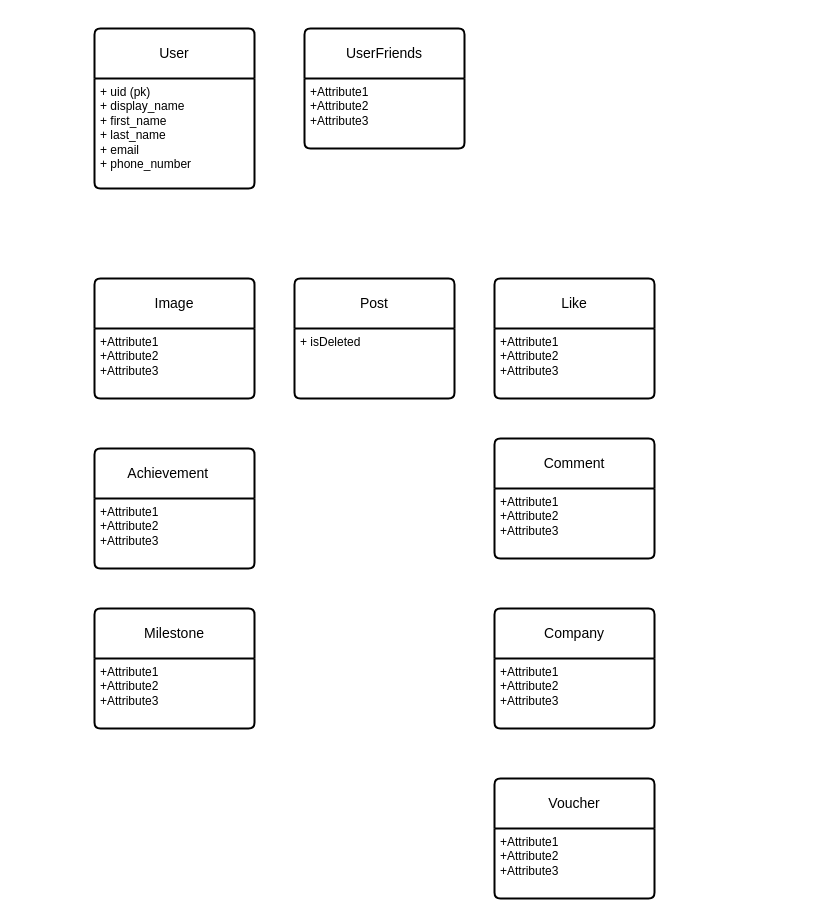
This is resiklo-erd.drawio from rei-naissance/erd-for-cherry, a draw.io file, before an edit. Source tidied: cells renumbered, new cells numbered last; positions are measured from the earlier drawing's top-left corner, leaving out a move shared by most shapes. Both pictures are drawn from the tidied source at 100%, with x=0, y=0 at pixel (94, 28).
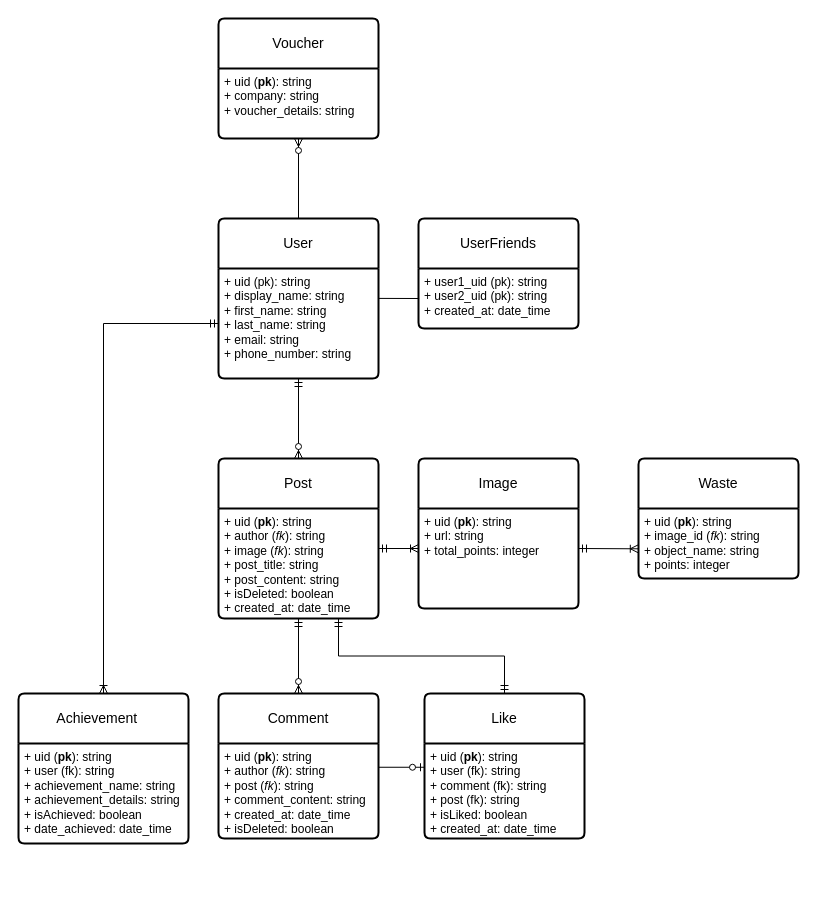
The same page after the edit.

What changed in the source:
```diff
@@
     <mxCell id="2" value="&lt;div&gt;User&lt;/div&gt;" style="swimlane;horizontal=1;startSize=50;rounded=1;fontSize=14;fontStyle=0;strokeWidth=2;shadow=0;dashed=0;align=center;arcSize=4;whiteSpace=wrap;html=1;" parent="1" vertex="1">
-      <mxGeometry width="160" height="160" as="geometry" />
+      <mxGeometry x="124" y="190" width="160" height="160" as="geometry" />
     </mxCell>
-    <mxCell id="3" value="&lt;div&gt;+ uid (pk) &lt;br&gt;&lt;/div&gt;&lt;div&gt;+ display_name&lt;/div&gt;&lt;div&gt;+ first_name&lt;br&gt;+ last_name&lt;/div&gt;&lt;div&gt;+ email&lt;/div&gt;&lt;div&gt;+ phone_number&lt;/div&gt;" style="align=left;strokeColor=none;fillColor=none;spacingLeft=4;spacingRight=4;fontSize=12;verticalAlign=top;html=1;whiteSpace=wrap;" parent="2" vertex="1">
+    <mxCell id="3" value="&lt;div&gt;+ uid (pk): string&lt;/div&gt;&lt;div&gt;+ display_name: string&lt;/div&gt;&lt;div&gt;+ first_name: string&lt;br&gt;+ last_name: string&lt;/div&gt;&lt;div&gt;+ email: string&lt;/div&gt;&lt;div&gt;+ phone_number: string&lt;/div&gt;" style="align=left;strokeColor=none;fillColor=none;spacingLeft=4;spacingRight=4;fontSize=12;verticalAlign=top;html=1;whiteSpace=wrap;" parent="2" vertex="1">
       <mxGeometry y="50" width="160" height="110" as="geometry" />
     </mxCell>
     <mxCell id="4" value="Post" style="swimlane;horizontal=1;startSize=50;rounded=1;fontSize=14;fontStyle=0;strokeWidth=2;shadow=0;dashed=0;align=center;arcSize=4;whiteSpace=wrap;html=1;" parent="1" vertex="1">
-      <mxGeometry x="200" y="250" width="160" height="120" as="geometry" />
+      <mxGeometry x="124" y="430" width="160" height="160" as="geometry" />
     </mxCell>
-    <mxCell id="5" value="&lt;div&gt;+ isDeleted&lt;/div&gt;" style="align=left;strokeColor=none;fillColor=none;spacingLeft=4;spacingRight=4;fontSize=12;verticalAlign=top;html=1;whiteSpace=wrap;" parent="4" vertex="1">
-      <mxGeometry y="50" width="160" height="70" as="geometry" />
+    <mxCell id="5" value="&lt;div&gt;+ uid (&lt;b&gt;pk&lt;/b&gt;): string&lt;/div&gt;&lt;div&gt;+ author (&lt;i&gt;fk&lt;/i&gt;): string&lt;/div&gt;&lt;div&gt;+ image (&lt;i&gt;fk&lt;/i&gt;): string&lt;/div&gt;&lt;div&gt;+ post_title: string&lt;/div&gt;&lt;div&gt;+ post_content: string&lt;/div&gt;&lt;div&gt;+ isDeleted: boolean&lt;/div&gt;&lt;div&gt;+ created_at: date_time&lt;/div&gt;" style="align=left;strokeColor=none;fillColor=none;spacingLeft=4;spacingRight=4;fontSize=12;verticalAlign=top;html=1;whiteSpace=wrap;" parent="4" vertex="1">
+      <mxGeometry y="50" width="160" height="110" as="geometry" />
     </mxCell>
     <mxCell id="6" value="Image" style="swimlane;horizontal=1;startSize=50;rounded=1;fontSize=14;fontStyle=0;strokeWidth=2;shadow=0;dashed=0;align=center;arcSize=4;whiteSpace=wrap;html=1;" parent="1" vertex="1">
-      <mxGeometry y="250" width="160" height="120" as="geometry" />
+      <mxGeometry x="324" y="430" width="160" height="150" as="geometry" />
     </mxCell>
-    <mxCell id="7" value="+Attribute1&#10;+Attribute2&#10;+Attribute3" style="align=left;strokeColor=none;fillColor=none;spacingLeft=4;spacingRight=4;fontSize=12;verticalAlign=top;html=1;whiteSpace=wrap;" parent="6" vertex="1">
-      <mxGeometry y="50" width="160" height="70" as="geometry" />
+    <mxCell id="7" value="&lt;div&gt;+ uid (&lt;b&gt;pk&lt;/b&gt;): string&lt;/div&gt;&lt;div&gt;+ url: string&lt;/div&gt;&lt;div&gt;+ total_points: integer&lt;/div&gt;" style="align=left;strokeColor=none;fillColor=none;spacingLeft=4;spacingRight=4;fontSize=12;verticalAlign=top;html=1;whiteSpace=wrap;" parent="6" vertex="1">
+      <mxGeometry y="50" width="160" height="100" as="geometry" />
     </mxCell>
     <mxCell id="8" value="Like" style="swimlane;horizontal=1;startSize=50;rounded=1;fontSize=14;fontStyle=0;strokeWidth=2;shadow=0;dashed=0;align=center;arcSize=4;whiteSpace=wrap;html=1;" parent="1" vertex="1">
-      <mxGeometry x="400" y="250" width="160" height="120" as="geometry" />
+      <mxGeometry x="330" y="665" width="160" height="145" as="geometry" />
     </mxCell>
-    <mxCell id="9" value="+Attribute1&#10;+Attribute2&#10;+Attribute3" style="align=left;strokeColor=none;fillColor=none;spacingLeft=4;spacingRight=4;fontSize=12;verticalAlign=top;html=1;whiteSpace=wrap;" parent="8" vertex="1">
-      <mxGeometry y="50" width="160" height="70" as="geometry" />
+    <mxCell id="9" value="&lt;div&gt;+ uid (&lt;b&gt;pk&lt;/b&gt;): string&lt;/div&gt;&lt;div&gt;+ user (fk): string&lt;/div&gt;&lt;div&gt;+ comment (fk): string&lt;/div&gt;&lt;div&gt;+ post (fk): string&lt;/div&gt;+ isLiked: boolean&lt;br&gt;+ created_at: date_time" style="align=left;strokeColor=none;fillColor=none;spacingLeft=4;spacingRight=4;fontSize=12;verticalAlign=top;html=1;whiteSpace=wrap;" parent="8" vertex="1">
+      <mxGeometry y="50" width="160" height="95" as="geometry" />
     </mxCell>
     <mxCell id="10" value="&lt;div&gt;Comment&lt;/div&gt;" style="swimlane;horizontal=1;startSize=50;rounded=1;fontSize=14;fontStyle=0;strokeWidth=2;shadow=0;dashed=0;align=center;arcSize=4;whiteSpace=wrap;html=1;" parent="1" vertex="1">
-      <mxGeometry x="400" y="410" width="160" height="120" as="geometry" />
+      <mxGeometry x="124" y="665" width="160" height="145" as="geometry" />
     </mxCell>
-    <mxCell id="11" value="+Attribute1&#10;+Attribute2&#10;+Attribute3" style="align=left;strokeColor=none;fillColor=none;spacingLeft=4;spacingRight=4;fontSize=12;verticalAlign=top;html=1;whiteSpace=wrap;" parent="10" vertex="1">
-      <mxGeometry y="50" width="160" height="70" as="geometry" />
+    <mxCell id="11" value="&lt;div&gt;+ uid (&lt;b&gt;pk&lt;/b&gt;): string&lt;/div&gt;&lt;div&gt;+ author (&lt;i&gt;fk&lt;/i&gt;): string&lt;/div&gt;&lt;div&gt;+ post (&lt;i&gt;fk&lt;/i&gt;): string&lt;/div&gt;&lt;div&gt;+ comment_content: string&lt;/div&gt;&lt;div&gt;+ created_at: date_time&lt;/div&gt;&lt;div&gt;+ isDeleted: boolean&lt;/div&gt;" style="align=left;strokeColor=none;fillColor=none;spacingLeft=4;spacingRight=4;fontSize=12;verticalAlign=top;html=1;whiteSpace=wrap;" parent="10" vertex="1">
+      <mxGeometry y="50" width="160" height="95" as="geometry" />
     </mxCell>
-    <mxCell id="12" value="Milestone" style="swimlane;horizontal=1;startSize=50;rounded=1;fontSize=14;fontStyle=0;strokeWidth=2;shadow=0;dashed=0;align=center;arcSize=4;whiteSpace=wrap;html=1;" parent="1" vertex="1">
-      <mxGeometry y="580" width="160" height="120" as="geometry" />
-    </mxCell>
-    <mxCell id="13" value="+Attribute1&#10;+Attribute2&#10;+Attribute3" style="align=left;strokeColor=none;fillColor=none;spacingLeft=4;spacingRight=4;fontSize=12;verticalAlign=top;html=1;whiteSpace=wrap;" parent="12" vertex="1">
-      <mxGeometry y="50" width="160" height="70" as="geometry" />
-    </mxCell>
     <mxCell id="14" value="Achievement&lt;span style=&quot;white-space: pre;&quot;&gt;&#9;&lt;/span&gt;" style="swimlane;horizontal=1;startSize=50;rounded=1;fontSize=14;fontStyle=0;strokeWidth=2;shadow=0;dashed=0;align=center;arcSize=4;whiteSpace=wrap;html=1;" parent="1" vertex="1">
-      <mxGeometry y="420" width="160" height="120" as="geometry" />
+      <mxGeometry x="-76" y="665" width="170" height="150" as="geometry" />
     </mxCell>
-    <mxCell id="15" value="+Attribute1&#10;+Attribute2&#10;+Attribute3" style="align=left;strokeColor=none;fillColor=none;spacingLeft=4;spacingRight=4;fontSize=12;verticalAlign=top;html=1;whiteSpace=wrap;" parent="14" vertex="1">
-      <mxGeometry y="50" width="160" height="70" as="geometry" />
+    <mxCell id="15" value="&lt;div&gt;+ uid (&lt;b&gt;pk&lt;/b&gt;): string&lt;/div&gt;&lt;div&gt;+ user (fk): string&lt;/div&gt;&lt;div&gt;+ achievement_name: string&lt;br&gt;+ achievement_details: string&lt;/div&gt;&lt;div&gt;+ isAchieved: boolean&lt;/div&gt;&lt;div&gt;+ date_achieved: date_time&lt;/div&gt;" style="align=left;strokeColor=none;fillColor=none;spacingLeft=4;spacingRight=4;fontSize=12;verticalAlign=top;html=1;whiteSpace=wrap;" parent="14" vertex="1">
+      <mxGeometry y="50" width="170" height="100" as="geometry" />
     </mxCell>
-    <mxCell id="16" value="Company" style="swimlane;horizontal=1;startSize=50;rounded=1;fontSize=14;fontStyle=0;strokeWidth=2;shadow=0;dashed=0;align=center;arcSize=4;whiteSpace=wrap;html=1;" parent="1" vertex="1">
-      <mxGeometry x="400" y="580" width="160" height="120" as="geometry" />
-    </mxCell>
-    <mxCell id="17" value="+Attribute1&#10;+Attribute2&#10;+Attribute3" style="align=left;strokeColor=none;fillColor=none;spacingLeft=4;spacingRight=4;fontSize=12;verticalAlign=top;html=1;whiteSpace=wrap;" parent="16" vertex="1">
-      <mxGeometry y="50" width="160" height="70" as="geometry" />
-    </mxCell>
     <mxCell id="18" value="Voucher" style="swimlane;horizontal=1;startSize=50;rounded=1;fontSize=14;fontStyle=0;strokeWidth=2;shadow=0;dashed=0;align=center;arcSize=4;whiteSpace=wrap;html=1;" parent="1" vertex="1">
-      <mxGeometry x="400" y="750" width="160" height="120" as="geometry" />
+      <mxGeometry x="124" y="-10" width="160" height="120" as="geometry" />
     </mxCell>
-    <mxCell id="19" value="+Attribute1&#10;+Attribute2&#10;+Attribute3" style="align=left;strokeColor=none;fillColor=none;spacingLeft=4;spacingRight=4;fontSize=12;verticalAlign=top;html=1;whiteSpace=wrap;" parent="18" vertex="1">
+    <mxCell id="19" value="&lt;div&gt;+ uid (&lt;b&gt;pk&lt;/b&gt;): string&lt;/div&gt;&lt;div&gt;+ company: string&lt;/div&gt;&lt;div&gt;+ voucher_details: string&lt;/div&gt;" style="align=left;strokeColor=none;fillColor=none;spacingLeft=4;spacingRight=4;fontSize=12;verticalAlign=top;html=1;whiteSpace=wrap;" parent="18" vertex="1">
       <mxGeometry y="50" width="160" height="70" as="geometry" />
     </mxCell>
     <mxCell id="20" value="UserFriends" style="swimlane;horizontal=1;startSize=50;rounded=1;fontSize=14;fontStyle=0;strokeWidth=2;shadow=0;dashed=0;align=center;arcSize=4;whiteSpace=wrap;html=1;" parent="1" vertex="1">
-      <mxGeometry x="210" width="160" height="120" as="geometry" />
+      <mxGeometry x="324" y="190" width="160" height="110" as="geometry" />
     </mxCell>
-    <mxCell id="21" value="+Attribute1&#10;+Attribute2&#10;+Attribute3" style="align=left;strokeColor=none;fillColor=none;spacingLeft=4;spacingRight=4;fontSize=12;verticalAlign=top;html=1;whiteSpace=wrap;" parent="20" vertex="1">
-      <mxGeometry y="50" width="160" height="70" as="geometry" />
+    <mxCell id="21" value="&lt;div&gt;+ user1_uid (pk): string&lt;/div&gt;&lt;div&gt;+ user2_uid (pk): string&lt;/div&gt;&lt;div&gt;+ created_at: date_time&lt;/div&gt;" style="align=left;strokeColor=none;fillColor=none;spacingLeft=4;spacingRight=4;fontSize=12;verticalAlign=top;html=1;whiteSpace=wrap;" parent="20" vertex="1">
+      <mxGeometry y="50" width="160" height="60" as="geometry" />
     </mxCell>
+    <mxCell id="22" value="Waste" style="swimlane;horizontal=1;startSize=50;rounded=1;fontSize=14;fontStyle=0;strokeWidth=2;shadow=0;dashed=0;align=center;arcSize=4;whiteSpace=wrap;html=1;" parent="1" vertex="1">
+      <mxGeometry x="544" y="430" width="160" height="120" as="geometry" />
+    </mxCell>
+    <mxCell id="23" value="&lt;div&gt;+ uid (&lt;b&gt;pk&lt;/b&gt;): string&lt;/div&gt;&lt;div&gt;+ image_id (&lt;i&gt;fk&lt;/i&gt;): string&lt;/div&gt;&lt;div&gt;+ object_name: string&lt;br&gt;+ points: integer&lt;/div&gt;" style="align=left;strokeColor=none;fillColor=none;spacingLeft=4;spacingRight=4;fontSize=12;verticalAlign=top;html=1;whiteSpace=wrap;" parent="22" vertex="1">
+      <mxGeometry y="50" width="160" height="70" as="geometry" />
+    </mxCell>
+    <mxCell id="24" style="fontSize=12;html=1;endArrow=ERzeroToMany;startArrow=ERmandOne;rounded=0;exitX=0.5;exitY=1;exitDx=0;exitDy=0;entryX=0.5;entryY=0;entryDx=0;entryDy=0;" parent="1" edge="1" source="3" target="4">
+      <mxGeometry relative="1" as="geometry" />
+    </mxCell>
+    <mxCell id="25" style="fontSize=12;html=1;endArrow=ERoneToMany;startArrow=ERmandOne;rounded=0;entryX=-0.001;entryY=0.361;entryDx=0;entryDy=0;exitX=1;exitY=0.25;exitDx=0;exitDy=0;entryPerimeter=0;" parent="1" edge="1">
+      <mxGeometry relative="1" as="geometry">
+        <mxPoint x="484" y="520" as="sourcePoint" />
+        <mxPoint x="543.8" y="520.3" as="targetPoint" />
+      </mxGeometry>
+    </mxCell>
+    <mxCell id="26" style="edgeStyle=orthogonalEdgeStyle;fontSize=12;html=1;endArrow=ERoneToMany;startArrow=ERmandOne;rounded=0;exitX=0;exitY=0.5;exitDx=0;exitDy=0;" parent="1" edge="1" source="3" target="14">
+      <mxGeometry relative="1" as="geometry" />
+    </mxCell>
+    <mxCell id="27" style="fontSize=12;html=1;endArrow=ERoneToMany;startArrow=ERmandOne;rounded=0;entryX=0;entryY=0.5;entryDx=0;entryDy=0;exitX=1;exitY=0.5;exitDx=0;exitDy=0;" parent="1" edge="1">
+      <mxGeometry relative="1" as="geometry">
+        <mxPoint x="284" y="520" as="sourcePoint" />
+        <mxPoint x="324" y="520" as="targetPoint" />
+      </mxGeometry>
+    </mxCell>
+    <mxCell id="28" style="fontSize=12;html=1;endArrow=ERzeroToMany;startArrow=ERmandOne;rounded=0;exitX=0.5;exitY=1;exitDx=0;exitDy=0;entryX=0.5;entryY=0;entryDx=0;entryDy=0;" parent="1" edge="1" source="5" target="10">
+      <mxGeometry relative="1" as="geometry" />
+    </mxCell>
+    <mxCell id="29" style="fontSize=12;html=1;endArrow=ERzeroToOne;endFill=1;rounded=0;entryX=0;entryY=0.25;entryDx=0;entryDy=0;exitX=1;exitY=0.25;exitDx=0;exitDy=0;" parent="1" edge="1" source="11" target="9">
+      <mxGeometry relative="1" as="geometry" />
+    </mxCell>
+    <mxCell id="30" style="endArrow=none;html=1;rounded=0;exitX=0.996;exitY=-0.001;exitDx=0;exitDy=0;exitPerimeter=0;entryX=0;entryY=0;entryDx=0;entryDy=0;" parent="1" edge="1">
+      <mxGeometry relative="1" as="geometry">
+        <mxPoint x="284" y="269.9" as="sourcePoint" />
+        <mxPoint x="324.6" y="270" as="targetPoint" />
+      </mxGeometry>
+    </mxCell>
+    <mxCell id="31" style="fontSize=12;html=1;endArrow=ERmandOne;startArrow=ERmandOne;rounded=0;exitX=0.75;exitY=1;exitDx=0;exitDy=0;entryX=0.5;entryY=0;entryDx=0;entryDy=0;edgeStyle=orthogonalEdgeStyle;" parent="1" edge="1" source="5" target="8">
+      <mxGeometry relative="1" as="geometry" />
+    </mxCell>
+    <mxCell id="32" style="fontSize=12;html=1;endArrow=ERzeroToMany;endFill=1;rounded=0;entryX=0.5;entryY=1;entryDx=0;entryDy=0;exitX=0.5;exitY=0;exitDx=0;exitDy=0;" parent="1" edge="1" source="2" target="19">
+      <mxGeometry relative="1" as="geometry" />
+    </mxCell>
```
